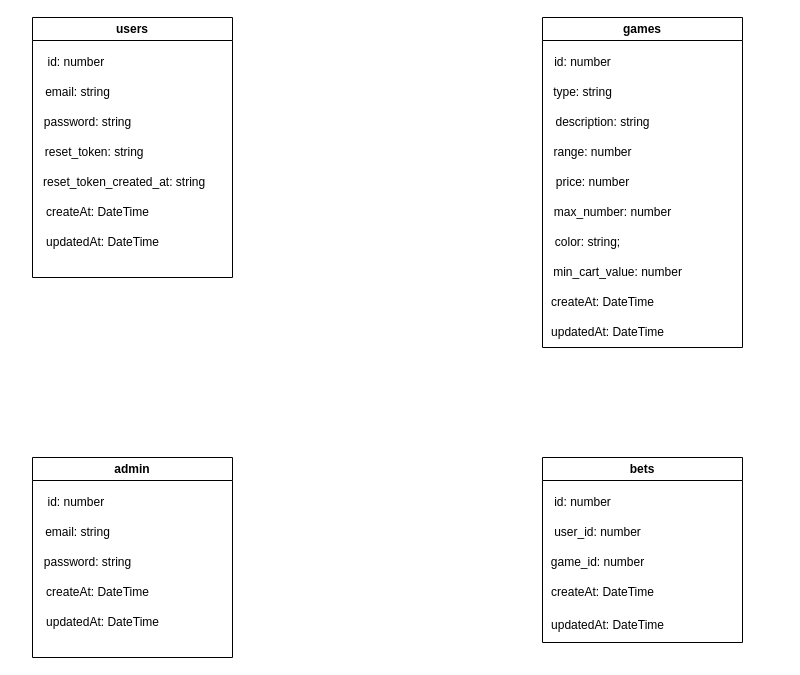
sirguilhermeoliveira/tgl-nest keeps this draw.io diagram as tgl_nest.drawio. Above is the earlier version. Source tidied: cells renumbered, new cells numbered last; positions are measured from the earlier drawing's top-left corner, leaving out a move shared by most shapes. Both pictures are drawn from the tidied source at 100%, with x=0, y=0 at pixel (17, 17).
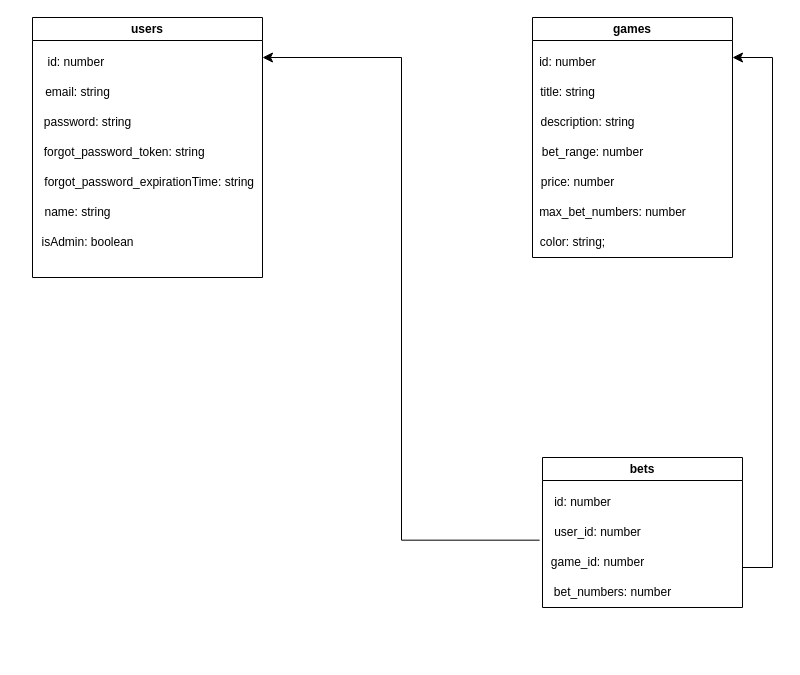
Above is the later version.

Unchanged cells that the change refers to:
```xml
<mxCell id="29" value="user_id: number" style="text;html=1;align=center;verticalAlign=middle;points=[];strokeColor=none;fillColor=none;" parent="27" vertex="1">
  <mxGeometry y="60" width="110" height="30" as="geometry" />
</mxCell>
```

Diff of the diagram source:
```diff
@@
     <mxCell id="2" value="users" style="swimlane;whiteSpace=wrap;html=1;" parent="1" vertex="1">
-      <mxGeometry x="15" width="200" height="260" as="geometry" />
+      <mxGeometry x="15" width="230" height="260" as="geometry" />
     </mxCell>
@@
-    <mxCell id="6" value="&amp;nbsp; &amp;nbsp; reset_token: string" style="text;html=1;align=center;verticalAlign=middle;strokeColor=none;fillColor=none;" parent="2" vertex="1">
-      <mxGeometry x="-15" y="120" width="140" height="30" as="geometry" />
+    <mxCell id="6" value="&amp;nbsp; &amp;nbsp;&amp;nbsp;forgot_password_token&lt;span style=&quot;background-color: initial;&quot;&gt;: string&lt;/span&gt;" style="text;html=1;align=center;verticalAlign=middle;strokeColor=none;fillColor=none;" parent="2" vertex="1">
+      <mxGeometry x="-15" y="120" width="200" height="30" as="geometry" />
     </mxCell>
-    <mxCell id="7" value="&amp;nbsp; &amp;nbsp; reset_token_created_at: string" style="text;html=1;align=center;verticalAlign=middle;strokeColor=none;fillColor=none;" parent="2" vertex="1">
-      <mxGeometry x="-15" y="150" width="200" height="30" as="geometry" />
+    <mxCell id="7" value="&amp;nbsp; &amp;nbsp;&amp;nbsp;forgot_password_expirationTime&lt;span style=&quot;background-color: initial;&quot;&gt;: string&lt;/span&gt;" style="text;html=1;align=center;verticalAlign=middle;strokeColor=none;fillColor=none;" parent="2" vertex="1">
+      <mxGeometry x="-15" y="150" width="250" height="30" as="geometry" />
     </mxCell>
-    <mxCell id="8" value="createAt: DateTime" style="text;html=1;align=center;verticalAlign=middle;strokeColor=none;fillColor=none;" parent="2" vertex="1">
-      <mxGeometry y="180" width="130" height="30" as="geometry" />
+    <mxCell id="8" value="name: string" style="text;html=1;align=center;verticalAlign=middle;strokeColor=none;fillColor=none;" parent="2" vertex="1">
+      <mxGeometry y="180" width="90" height="30" as="geometry" />
     </mxCell>
-    <mxCell id="9" value="updatedAt: DateTime" style="text;html=1;align=center;verticalAlign=middle;strokeColor=none;fillColor=none;" parent="2" vertex="1">
-      <mxGeometry y="210" width="140" height="30" as="geometry" />
-    </mxCell>
-    <mxCell id="10" value="admin" style="swimlane;whiteSpace=wrap;html=1;startSize=23;" parent="1" vertex="1">
-      <mxGeometry x="15" y="440" width="200" height="200" as="geometry" />
-    </mxCell>
-    <mxCell id="11" value="&amp;nbsp; id: number" style="text;html=1;align=center;verticalAlign=middle;strokeColor=none;fillColor=none;" parent="10" vertex="1">
-      <mxGeometry x="-5" y="30" width="90" height="30" as="geometry" />
-    </mxCell>
-    <mxCell id="12" value="password: string" style="text;html=1;align=center;verticalAlign=middle;strokeColor=none;fillColor=none;" parent="10" vertex="1">
-      <mxGeometry y="90" width="110" height="30" as="geometry" />
-    </mxCell>
-    <mxCell id="13" value="email: string" style="text;html=1;align=center;verticalAlign=middle;strokeColor=none;fillColor=none;" parent="10" vertex="1">
-      <mxGeometry y="60" width="90" height="30" as="geometry" />
-    </mxCell>
-    <mxCell id="14" value="createAt: DateTime" style="text;html=1;align=center;verticalAlign=middle;strokeColor=none;fillColor=none;" parent="10" vertex="1">
-      <mxGeometry y="120" width="130" height="30" as="geometry" />
-    </mxCell>
-    <mxCell id="15" value="updatedAt: DateTime" style="text;html=1;align=center;verticalAlign=middle;strokeColor=none;fillColor=none;" parent="10" vertex="1">
-      <mxGeometry y="150" width="140" height="30" as="geometry" />
-    </mxCell>
+    <mxCell id="33" value="isAdmin: boolean" style="text;html=1;align=center;verticalAlign=middle;strokeColor=none;fillColor=none;" parent="2" vertex="1">
+      <mxGeometry y="210" width="110" height="30" as="geometry" />
+    </mxCell>
     <mxCell id="16" value="games" style="swimlane;whiteSpace=wrap;html=1;" parent="1" vertex="1">
-      <mxGeometry x="525" width="200" height="330" as="geometry" />
+      <mxGeometry x="515" width="200" height="240" as="geometry" />
     </mxCell>
     <mxCell id="17" value="id: number" style="text;html=1;align=center;verticalAlign=middle;strokeColor=none;fillColor=none;" parent="16" vertex="1">
-      <mxGeometry y="30" width="80" height="30" as="geometry" />
+      <mxGeometry x="-5" y="30" width="80" height="30" as="geometry" />
     </mxCell>
-    <mxCell id="18" value="type: string" style="text;html=1;align=center;verticalAlign=middle;strokeColor=none;fillColor=none;" parent="16" vertex="1">
-      <mxGeometry y="60" width="80" height="30" as="geometry" />
+    <mxCell id="18" value="title: string" style="text;html=1;align=center;verticalAlign=middle;strokeColor=none;fillColor=none;" parent="16" vertex="1">
+      <mxGeometry x="-5" y="60" width="80" height="30" as="geometry" />
     </mxCell>
     <mxCell id="19" value="description: string" style="text;html=1;align=center;verticalAlign=middle;strokeColor=none;fillColor=none;" parent="16" vertex="1">
-      <mxGeometry y="90" width="120" height="30" as="geometry" />
+      <mxGeometry x="-5" y="90" width="120" height="30" as="geometry" />
     </mxCell>
-    <mxCell id="20" value="range: number" style="text;html=1;align=center;verticalAlign=middle;strokeColor=none;fillColor=none;" parent="16" vertex="1">
-      <mxGeometry y="120" width="100" height="30" as="geometry" />
+    <mxCell id="20" value="bet_range: number" style="text;html=1;align=center;verticalAlign=middle;strokeColor=none;fillColor=none;" parent="16" vertex="1">
+      <mxGeometry y="120" width="120" height="30" as="geometry" />
     </mxCell>
     <mxCell id="21" value="price: number" style="text;html=1;align=center;verticalAlign=middle;strokeColor=none;fillColor=none;" parent="16" vertex="1">
-      <mxGeometry y="150" width="100" height="30" as="geometry" />
+      <mxGeometry x="-5" y="150" width="100" height="30" as="geometry" />
     </mxCell>
-    <mxCell id="22" value="max_number: number" style="text;html=1;align=center;verticalAlign=middle;strokeColor=none;fillColor=none;" parent="16" vertex="1">
-      <mxGeometry y="180" width="140" height="30" as="geometry" />
+    <mxCell id="22" value="max_bet_numbers: number" style="text;html=1;align=center;verticalAlign=middle;strokeColor=none;fillColor=none;" parent="16" vertex="1">
+      <mxGeometry x="-5" y="180" width="170" height="30" as="geometry" />
     </mxCell>
     <mxCell id="23" value="color: string;" style="text;html=1;align=center;verticalAlign=middle;strokeColor=none;fillColor=none;" parent="16" vertex="1">
-      <mxGeometry y="210" width="90" height="30" as="geometry" />
+      <mxGeometry x="-5" y="210" width="90" height="30" as="geometry" />
     </mxCell>
-    <mxCell id="24" value="min_cart_value: number" style="text;html=1;align=center;verticalAlign=middle;strokeColor=none;fillColor=none;" parent="16" vertex="1">
-      <mxGeometry y="240" width="150" height="30" as="geometry" />
-    </mxCell>
-    <mxCell id="25" value="createAt: DateTime" style="text;html=1;align=center;verticalAlign=middle;strokeColor=none;fillColor=none;" parent="16" vertex="1">
-      <mxGeometry x="-5" y="270" width="130" height="30" as="geometry" />
-    </mxCell>
-    <mxCell id="26" value="updatedAt: DateTime" style="text;html=1;align=center;verticalAlign=middle;strokeColor=none;fillColor=none;" parent="16" vertex="1">
-      <mxGeometry x="-5" y="300" width="140" height="30" as="geometry" />
-    </mxCell>
     <mxCell id="27" value="bets" style="swimlane;whiteSpace=wrap;html=1;" parent="1" vertex="1">
-      <mxGeometry x="525" y="440" width="200" height="185" as="geometry" />
+      <mxGeometry x="525" y="440" width="200" height="150" as="geometry" />
     </mxCell>
@@
-    <mxCell id="31" value="createAt: DateTime" style="text;html=1;align=center;verticalAlign=middle;strokeColor=none;fillColor=none;" parent="27" vertex="1">
-      <mxGeometry x="-5" y="120" width="130" height="30" as="geometry" />
-    </mxCell>
-    <mxCell id="32" value="&lt;br&gt;updatedAt: DateTime" style="text;html=1;align=center;verticalAlign=middle;strokeColor=none;fillColor=none;" parent="27" vertex="1">
-      <mxGeometry x="-5" y="140" width="140" height="40" as="geometry" />
-    </mxCell>
+    <mxCell id="34" value="bet_numbers: number" style="text;html=1;align=center;verticalAlign=middle;strokeColor=none;fillColor=none;" parent="27" vertex="1">
+      <mxGeometry y="120" width="140" height="30" as="geometry" />
+    </mxCell>
+    <mxCell id="35" style="edgeStyle=elbowEdgeStyle;elbow=horizontal;endArrow=classic;html=1;curved=0;rounded=0;endSize=8;startSize=8;" parent="1" edge="1">
+      <mxGeometry relative="1" as="geometry">
+        <mxPoint x="725" y="550" as="sourcePoint" />
+        <mxPoint x="715" y="40" as="targetPoint" />
+        <Array as="points">
+          <mxPoint x="755" y="290" />
+        </Array>
+      </mxGeometry>
+    </mxCell>
+    <mxCell id="36" style="edgeStyle=elbowEdgeStyle;elbow=horizontal;endArrow=classic;html=1;curved=0;rounded=0;endSize=8;startSize=8;exitX=-0.026;exitY=0.756;exitDx=0;exitDy=0;exitPerimeter=0;" parent="1" edge="1" source="29">
+      <mxGeometry relative="1" as="geometry">
+        <mxPoint x="245" y="40" as="targetPoint" />
+      </mxGeometry>
+    </mxCell>
```
